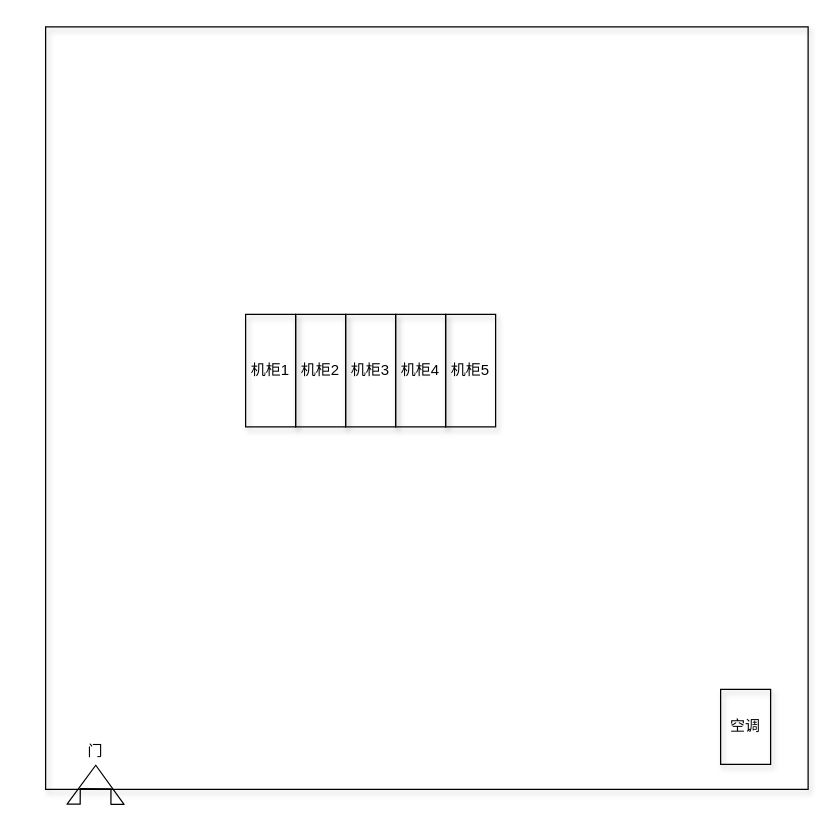
vu10x/tank keeps this draw.io diagram as Untitled Diagram.drawio. Above is the earlier version. Source tidied: cells renumbered, new cells numbered last; positions are measured from the earlier drawing's top-left corner, leaving out a move shared by most shapes. Both pictures are drawn from the tidied source at 125%, with x=0, y=0 at pixel (45, 26).
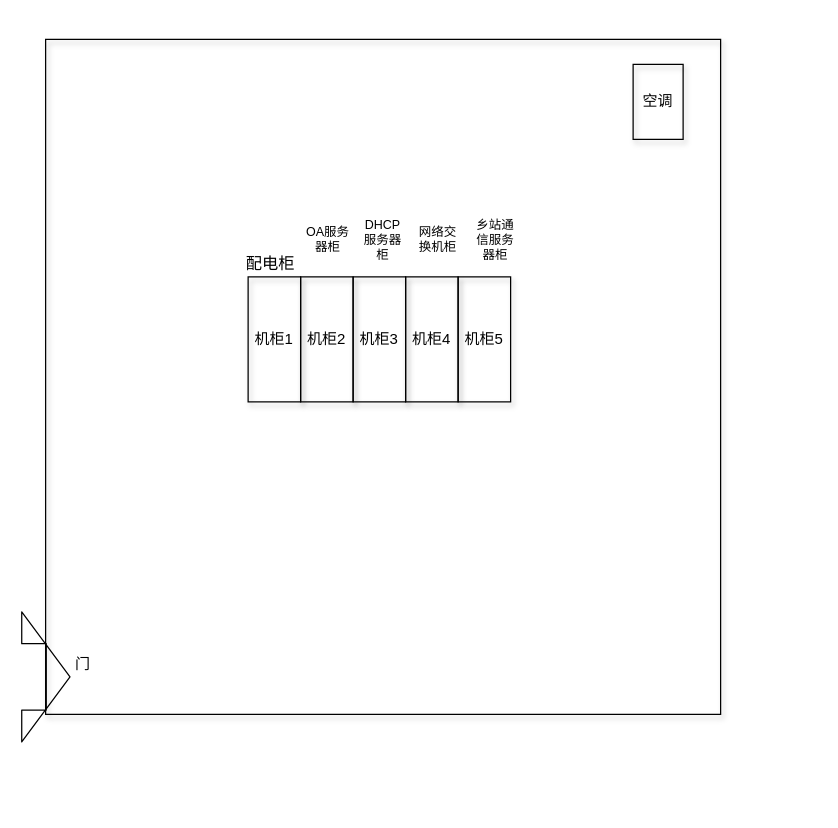
The same page after the edit.

The edit, as a diff of the source:
```diff
@@
 <mxGraphModel background="#ffffff">
   <root>
     <mxCell id="0" />
     <mxCell id="1" parent="0" />
     <mxCell id="2" style="whiteSpace=wrap;html=1;fillColor=none;shadow=1;" parent="1" vertex="1">
-      <mxGeometry width="610" height="610" as="geometry" />
+      <mxGeometry y="10" width="540" height="540" as="geometry" />
     </mxCell>
-    <mxCell id="3" style="shape=flexArrow;endArrow=classic;html=1;width=24.571428571428573;endSize=10.08;entryX=0.492;entryY=0.443;entryDx=0;entryDy=0;entryPerimeter=0;strokeColor=#000000;" parent="1" edge="1">
+    <mxCell id="3" style="shape=flexArrow;endArrow=classic;html=1;width=53.10344827586207;endSize=12.537931034482758;strokeColor=#000000;endWidth=49.950738916256164;" parent="1" edge="1">
       <mxGeometry relative="1" as="geometry">
-        <mxPoint x="40" y="610" as="sourcePoint" />
-        <mxPoint x="40.1" y="590.2" as="targetPoint" />
+        <mxPoint y="520" as="sourcePoint" />
+        <mxPoint x="20" y="520" as="targetPoint" />
       </mxGeometry>
     </mxCell>
     <mxCell id="4" value="门" style="text;html=1;strokeColor=none;fillColor=none;align=center;verticalAlign=middle;whiteSpace=wrap;rounded=0;shadow=1;" parent="1" vertex="1">
-      <mxGeometry x="20" y="570" width="40" height="20" as="geometry" />
+      <mxGeometry x="10" y="500" width="40" height="20" as="geometry" />
     </mxCell>
     <mxCell id="5" value="空调" style="rounded=0;whiteSpace=wrap;html=1;shadow=1;fillColor=none;" parent="1" vertex="1">
-      <mxGeometry x="540" y="530" width="40" height="60" as="geometry" />
+      <mxGeometry x="470" y="30" width="40" height="60" as="geometry" />
     </mxCell>
+    <mxCell id="11" style="group;" parent="1" vertex="1">
+      <mxGeometry x="162" y="200" width="210" height="100" as="geometry" />
+    </mxCell>
-    <mxCell id="6" value="机柜1" style="rounded=0;whiteSpace=wrap;html=1;shadow=1;fillColor=none;" parent="1" vertex="1">
-      <mxGeometry x="160" y="230" width="40" height="90" as="geometry" />
+    <mxCell id="6" value="机柜1" style="rounded=0;whiteSpace=wrap;html=1;shadow=1;fillColor=none;" parent="11" vertex="1">
+      <mxGeometry width="42" height="100" as="geometry" />
     </mxCell>
-    <mxCell id="7" value="机柜2" style="rounded=0;whiteSpace=wrap;html=1;shadow=1;fillColor=none;" parent="1" vertex="1">
-      <mxGeometry x="200" y="230" width="40" height="90" as="geometry" />
+    <mxCell id="7" value="机柜2" style="rounded=0;whiteSpace=wrap;html=1;shadow=1;fillColor=none;" parent="11" vertex="1">
+      <mxGeometry x="42" width="42" height="100" as="geometry" />
     </mxCell>
-    <mxCell id="8" value="机柜3" style="rounded=0;whiteSpace=wrap;html=1;shadow=1;fillColor=none;" parent="1" vertex="1">
-      <mxGeometry x="240" y="230" width="40" height="90" as="geometry" />
+    <mxCell id="8" value="机柜3" style="rounded=0;whiteSpace=wrap;html=1;shadow=1;fillColor=none;" parent="11" vertex="1">
+      <mxGeometry x="84" width="42" height="100" as="geometry" />
     </mxCell>
-    <mxCell id="9" value="机柜4" style="rounded=0;whiteSpace=wrap;html=1;shadow=1;fillColor=none;" parent="1" vertex="1">
-      <mxGeometry x="280" y="230" width="40" height="90" as="geometry" />
+    <mxCell id="9" value="机柜4" style="rounded=0;whiteSpace=wrap;html=1;shadow=1;fillColor=none;" parent="11" vertex="1">
+      <mxGeometry x="126" width="42" height="100" as="geometry" />
     </mxCell>
-    <mxCell id="10" value="机柜5" style="rounded=0;whiteSpace=wrap;html=1;shadow=1;fillColor=none;" parent="1" vertex="1">
-      <mxGeometry x="320" y="230" width="40" height="90" as="geometry" />
+    <mxCell id="10" value="机柜5" style="rounded=0;whiteSpace=wrap;html=1;shadow=1;fillColor=none;" parent="11" vertex="1">
+      <mxGeometry x="168" width="42" height="100" as="geometry" />
     </mxCell>
+    <mxCell id="12" value="&lt;pre&gt;&lt;font style=&quot;font-size: 13px ; line-height: 100%&quot; face=&quot;Helvetica&quot;&gt;配电柜&lt;/font&gt;&lt;/pre&gt;" style="text;html=1;strokeColor=none;fillColor=none;align=center;verticalAlign=middle;whiteSpace=wrap;rounded=0;shadow=1;" parent="1" vertex="1">
+      <mxGeometry x="160" y="180" width="40" height="20" as="geometry" />
+    </mxCell>
+    <mxCell id="13" value="OA服务器柜" style="text;html=1;strokeColor=none;fillColor=none;align=center;verticalAlign=middle;whiteSpace=wrap;rounded=0;shadow=1;fontSize=10;" parent="1" vertex="1">
+      <mxGeometry x="206" y="150" width="40" height="40" as="geometry" />
+    </mxCell>
+    <mxCell id="14" value="DHCP服务器柜" style="text;html=1;strokeColor=none;fillColor=none;align=center;verticalAlign=middle;whiteSpace=wrap;rounded=0;shadow=1;fontSize=10;" parent="1" vertex="1">
+      <mxGeometry x="250" y="150" width="40" height="40" as="geometry" />
+    </mxCell>
+    <mxCell id="15" value="网络交换机柜" style="text;html=1;strokeColor=none;fillColor=none;align=center;verticalAlign=middle;whiteSpace=wrap;rounded=0;shadow=1;fontSize=10;" parent="1" vertex="1">
+      <mxGeometry x="294" y="150" width="40" height="40" as="geometry" />
+    </mxCell>
+    <mxCell id="16" value="乡站通信服务器柜" style="text;html=1;strokeColor=none;fillColor=none;align=center;verticalAlign=middle;whiteSpace=wrap;rounded=0;shadow=1;fontSize=10;" parent="1" vertex="1">
+      <mxGeometry x="340" y="150" width="40" height="40" as="geometry" />
+    </mxCell>
   </root>
 </mxGraphModel>
```
